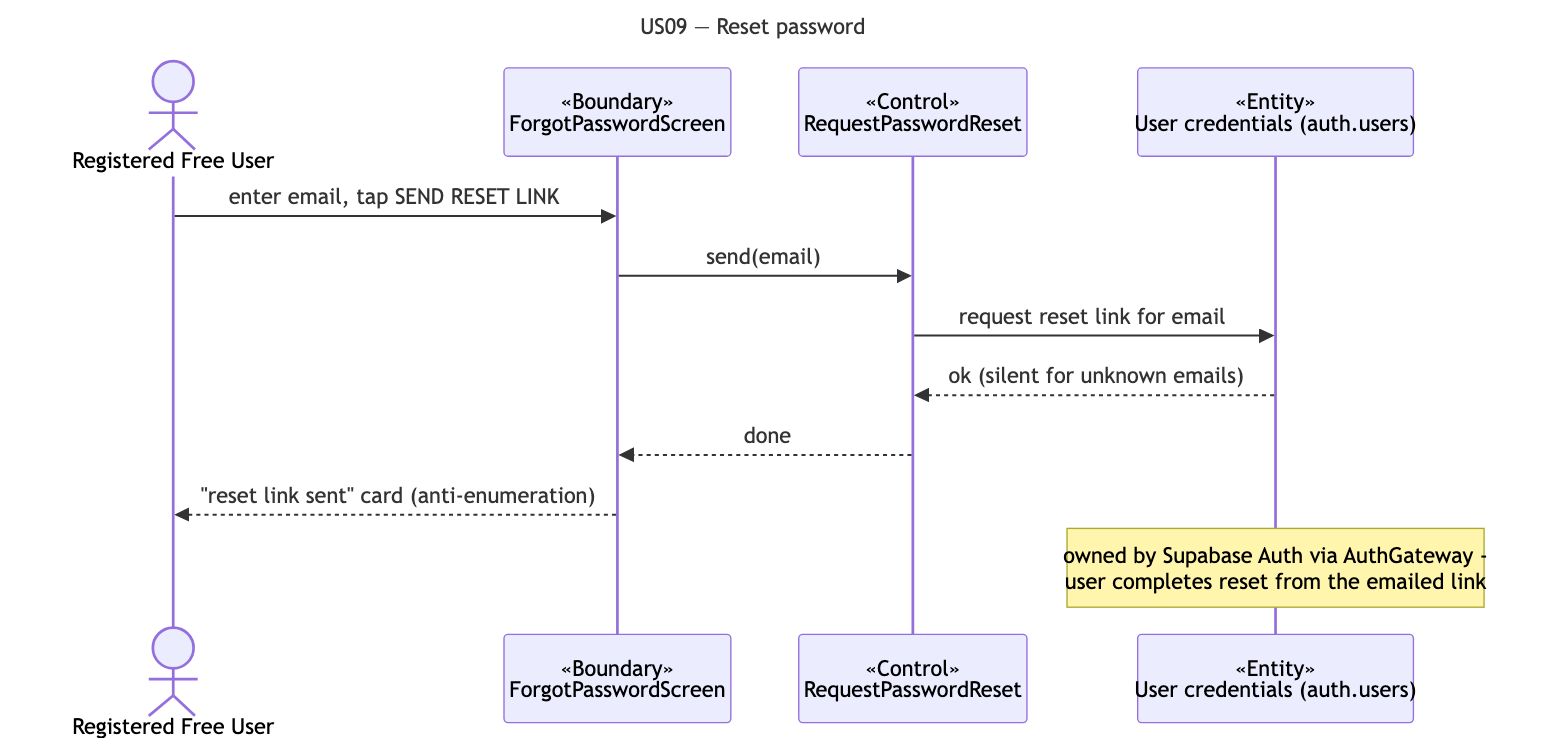
This is docs/deliverables/sequence-diagrams/US09-reset-password.png from cyuanjun/FYP-26-S2-37-app, a Mermaid export, as it was before one commit. Its source is kept beside it as docs/deliverables/sequence-diagrams/src/US09-reset-password.mmd.
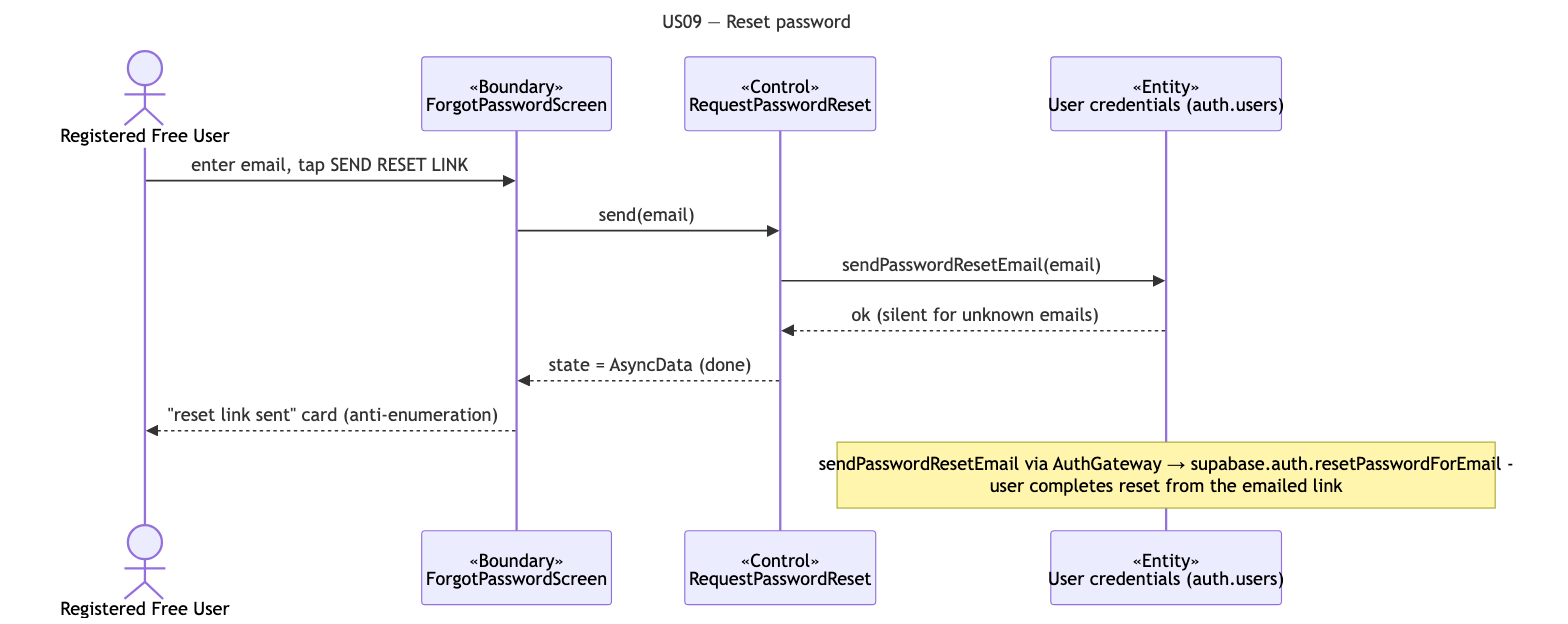
Later version of the same file.

Diff of the diagram source:
```diff
@@ -8,8 +8,8 @@
   participant E as «Entity»<br/>User credentials (auth.users)
   A->>B: enter email, tap SEND RESET LINK
   B->>C: send(email)
-  C->>E: request reset link for email
+  C->>E: sendPasswordResetEmail(email)
   E-->>C: ok (silent for unknown emails)
-  C-->>B: done
+  C-->>B: state = AsyncData (done)
   B-->>A: "reset link sent" card (anti-enumeration)
-  note over E: owned by Supabase Auth via AuthGateway -<br/>user completes reset from the emailed link
+  note over E: sendPasswordResetEmail via AuthGateway → supabase.auth.resetPasswordForEmail -<br/>user completes reset from the emailed link
```
